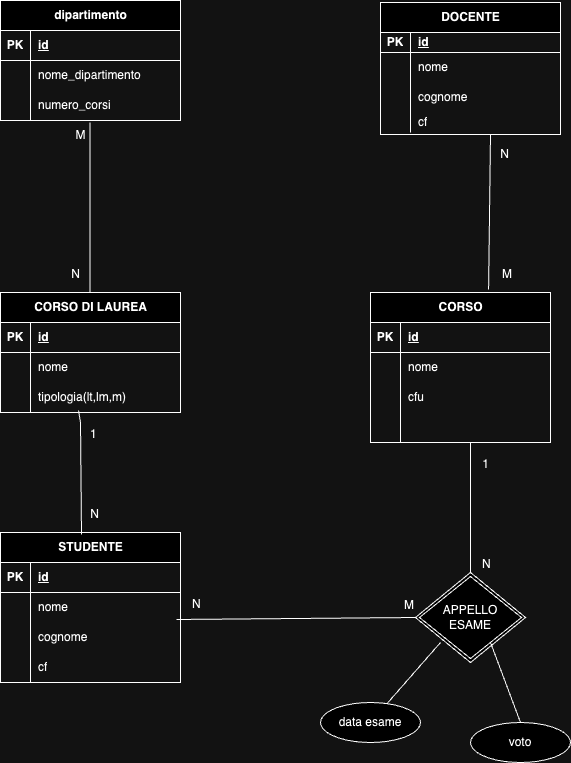
Earlier version of the draw.io export Diagramma senza titolo.drawio.png (MassiDama/db-university). Source tidied: cells renumbered, new cells last; positions are measured from the earlier drawing's top-left corner, leaving out a move shared by most shapes. The source it was exported from:
```xml
<mxGraphModel>
  <root>
    <mxCell id="0" />
    <mxCell id="1" parent="0" />
    <mxCell id="2" value="dipartimento" style="shape=table;startSize=30;rowLines=0;fontStyle=1;align=center;html=1;" parent="1" vertex="1">
      <mxGeometry width="180" height="120" as="geometry" />
    </mxCell>
    <mxCell id="3" style="shape=tableRow;horizontal=0;startSize=0;swimlaneHead=0;swimlaneBody=0;fillColor=none;top=0;left=0;right=0;bottom=1;" parent="2" vertex="1">
      <mxGeometry y="30" width="180" height="30" as="geometry" />
    </mxCell>
    <mxCell id="4" value="PK" style="shape=partialRectangle;fillColor=none;top=0;left=0;bottom=0;right=0;fontStyle=1;overflow=hidden;whiteSpace=wrap;html=1;" parent="3" vertex="1">
      <mxGeometry width="30" height="30" as="geometry" />
    </mxCell>
    <mxCell id="5" value="id" style="shape=partialRectangle;fillColor=none;top=0;left=0;bottom=0;right=0;align=left;spacingLeft=6;fontStyle=5;overflow=hidden;whiteSpace=wrap;html=1;" parent="3" vertex="1">
      <mxGeometry x="30" width="150" height="30" as="geometry" />
    </mxCell>
    <mxCell id="6" style="shape=tableRow;horizontal=0;startSize=0;swimlaneHead=0;swimlaneBody=0;fillColor=none;top=0;left=0;right=0;bottom=0;" parent="2" vertex="1">
      <mxGeometry y="60" width="180" height="30" as="geometry" />
    </mxCell>
    <mxCell id="7" style="shape=partialRectangle;fillColor=none;top=0;left=0;bottom=0;right=0;overflow=hidden;whiteSpace=wrap;html=1;" parent="6" vertex="1">
      <mxGeometry width="30" height="30" as="geometry" />
    </mxCell>
    <mxCell id="8" value="nome_dipartimento" style="shape=partialRectangle;fillColor=none;top=0;left=0;bottom=0;right=0;align=left;spacingLeft=6;overflow=hidden;whiteSpace=wrap;html=1;" parent="6" vertex="1">
      <mxGeometry x="30" width="150" height="30" as="geometry" />
    </mxCell>
    <mxCell id="9" style="shape=tableRow;horizontal=0;startSize=0;swimlaneHead=0;swimlaneBody=0;fillColor=none;top=0;left=0;right=0;bottom=0;" parent="2" vertex="1">
      <mxGeometry y="90" width="180" height="30" as="geometry" />
    </mxCell>
    <mxCell id="10" style="shape=partialRectangle;fillColor=none;top=0;left=0;bottom=0;right=0;overflow=hidden;whiteSpace=wrap;html=1;" parent="9" vertex="1">
      <mxGeometry width="30" height="30" as="geometry" />
    </mxCell>
    <mxCell id="11" value="numero_corsi" style="shape=partialRectangle;fillColor=none;top=0;left=0;bottom=0;right=0;align=left;spacingLeft=6;overflow=hidden;whiteSpace=wrap;html=1;" parent="9" vertex="1">
      <mxGeometry x="30" width="150" height="30" as="geometry" />
    </mxCell>
    <mxCell id="12" style="endArrow=none;html=1;rounded=0;" parent="1" edge="1">
      <mxGeometry relative="1" as="geometry">
        <mxPoint x="89.5" y="122" as="sourcePoint" />
        <mxPoint x="89.5" y="292" as="targetPoint" />
        <Array as="points">
          <mxPoint x="89.5" y="212" />
        </Array>
      </mxGeometry>
    </mxCell>
    <mxCell id="13" value="N" style="html=1;whiteSpace=wrap;align=right;verticalAlign=bottom;" parent="12" vertex="1">
      <mxGeometry x="1" relative="1" as="geometry">
        <mxPoint x="-9" y="-10" as="offset" />
      </mxGeometry>
    </mxCell>
    <mxCell id="14" value="M" style="text;html=1;align=center;verticalAlign=middle;strokeColor=none;fillColor=none;" parent="1" vertex="1">
      <mxGeometry x="65" y="120" width="30" height="30" as="geometry" />
    </mxCell>
    <mxCell id="15" value="CORSO DI LAUREA" style="shape=table;startSize=30;rowLines=0;fontStyle=1;align=center;html=1;" parent="1" vertex="1">
      <mxGeometry y="292" width="180" height="120" as="geometry" />
    </mxCell>
    <mxCell id="16" style="shape=tableRow;horizontal=0;startSize=0;swimlaneHead=0;swimlaneBody=0;fillColor=none;top=0;left=0;right=0;bottom=1;" parent="15" vertex="1">
      <mxGeometry y="30" width="180" height="30" as="geometry" />
    </mxCell>
    <mxCell id="17" value="PK" style="shape=partialRectangle;fillColor=none;top=0;left=0;bottom=0;right=0;fontStyle=1;overflow=hidden;whiteSpace=wrap;html=1;" parent="16" vertex="1">
      <mxGeometry width="30" height="30" as="geometry" />
    </mxCell>
    <mxCell id="18" value="id" style="shape=partialRectangle;fillColor=none;top=0;left=0;bottom=0;right=0;align=left;spacingLeft=6;fontStyle=5;overflow=hidden;whiteSpace=wrap;html=1;" parent="16" vertex="1">
      <mxGeometry x="30" width="150" height="30" as="geometry" />
    </mxCell>
    <mxCell id="19" style="shape=tableRow;horizontal=0;startSize=0;swimlaneHead=0;swimlaneBody=0;fillColor=none;top=0;left=0;right=0;bottom=0;" parent="15" vertex="1">
      <mxGeometry y="60" width="180" height="30" as="geometry" />
    </mxCell>
    <mxCell id="20" style="shape=partialRectangle;fillColor=none;top=0;left=0;bottom=0;right=0;overflow=hidden;whiteSpace=wrap;html=1;" parent="19" vertex="1">
      <mxGeometry width="30" height="30" as="geometry" />
    </mxCell>
    <mxCell id="21" value="nome" style="shape=partialRectangle;fillColor=none;top=0;left=0;bottom=0;right=0;align=left;spacingLeft=6;overflow=hidden;whiteSpace=wrap;html=1;" parent="19" vertex="1">
      <mxGeometry x="30" width="150" height="30" as="geometry" />
    </mxCell>
    <mxCell id="22" style="shape=tableRow;horizontal=0;startSize=0;swimlaneHead=0;swimlaneBody=0;fillColor=none;points=[[0,0.5],[1,0.5]];portConstraint=eastwest;top=0;left=0;right=0;bottom=0;" parent="15" vertex="1">
      <mxGeometry y="90" width="180" height="30" as="geometry" />
    </mxCell>
    <mxCell id="23" style="shape=partialRectangle;fillColor=none;top=0;left=0;bottom=0;right=0;overflow=hidden;whiteSpace=wrap;html=1;" parent="22" vertex="1">
      <mxGeometry width="30" height="30" as="geometry" />
    </mxCell>
    <mxCell id="24" value="tipologia(lt,lm,m)" style="shape=partialRectangle;fillColor=none;top=0;left=0;bottom=0;right=0;align=left;spacingLeft=6;overflow=hidden;whiteSpace=wrap;html=1;" parent="22" vertex="1">
      <mxGeometry x="30" width="150" height="30" as="geometry" />
    </mxCell>
    <mxCell id="25" value="DOCENTE" style="shape=table;startSize=30;rowLines=0;fontStyle=1;align=center;html=1;" parent="1" vertex="1">
      <mxGeometry x="380" y="2" width="180" height="132" as="geometry" />
    </mxCell>
    <mxCell id="26" style="shape=tableRow;horizontal=0;startSize=0;swimlaneHead=0;swimlaneBody=0;fillColor=none;top=0;left=0;right=0;bottom=1;" parent="25" vertex="1">
      <mxGeometry y="30" width="180" height="20" as="geometry" />
    </mxCell>
    <mxCell id="27" value="PK" style="shape=partialRectangle;fillColor=none;top=0;left=0;bottom=0;right=0;fontStyle=1;overflow=hidden;whiteSpace=wrap;html=1;" parent="26" vertex="1">
      <mxGeometry width="30" height="20" as="geometry" />
    </mxCell>
    <mxCell id="28" value="id" style="shape=partialRectangle;fillColor=none;top=0;left=0;bottom=0;right=0;align=left;spacingLeft=6;fontStyle=5;overflow=hidden;whiteSpace=wrap;html=1;" parent="26" vertex="1">
      <mxGeometry x="30" width="150" height="20" as="geometry" />
    </mxCell>
    <mxCell id="29" style="shape=tableRow;horizontal=0;startSize=0;swimlaneHead=0;swimlaneBody=0;fillColor=none;top=0;left=0;right=0;bottom=0;" parent="25" vertex="1">
      <mxGeometry y="50" width="180" height="30" as="geometry" />
    </mxCell>
    <mxCell id="30" style="shape=partialRectangle;fillColor=none;top=0;left=0;bottom=0;right=0;overflow=hidden;whiteSpace=wrap;html=1;" parent="29" vertex="1">
      <mxGeometry width="30" height="30" as="geometry" />
    </mxCell>
    <mxCell id="31" value="nome" style="shape=partialRectangle;fillColor=none;top=0;left=0;bottom=0;right=0;align=left;spacingLeft=6;overflow=hidden;whiteSpace=wrap;html=1;" parent="29" vertex="1">
      <mxGeometry x="30" width="150" height="30" as="geometry" />
    </mxCell>
    <mxCell id="32" style="shape=tableRow;horizontal=0;startSize=0;swimlaneHead=0;swimlaneBody=0;fillColor=none;top=0;left=0;right=0;bottom=0;" parent="25" vertex="1">
      <mxGeometry y="80" width="180" height="30" as="geometry" />
    </mxCell>
    <mxCell id="33" style="shape=partialRectangle;fillColor=none;top=0;left=0;bottom=0;right=0;overflow=hidden;whiteSpace=wrap;html=1;" parent="32" vertex="1">
      <mxGeometry width="30" height="30" as="geometry" />
    </mxCell>
    <mxCell id="34" value="cognome" style="shape=partialRectangle;fillColor=none;top=0;left=0;bottom=0;right=0;align=left;spacingLeft=6;overflow=hidden;whiteSpace=wrap;html=1;" parent="32" vertex="1">
      <mxGeometry x="30" width="150" height="30" as="geometry" />
    </mxCell>
    <mxCell id="35" style="shape=tableRow;horizontal=0;startSize=0;swimlaneHead=0;swimlaneBody=0;fillColor=none;top=0;left=0;right=0;bottom=0;" parent="25" vertex="1">
      <mxGeometry y="110" width="180" height="20" as="geometry" />
    </mxCell>
    <mxCell id="36" style="shape=partialRectangle;fillColor=none;top=0;left=0;bottom=0;right=0;overflow=hidden;whiteSpace=wrap;html=1;" parent="35" vertex="1">
      <mxGeometry width="30" height="20" as="geometry" />
    </mxCell>
    <mxCell id="37" value="cf" style="shape=partialRectangle;fillColor=none;top=0;left=0;bottom=0;right=0;align=left;spacingLeft=6;overflow=hidden;whiteSpace=wrap;html=1;" parent="35" vertex="1">
      <mxGeometry x="30" width="150" height="20" as="geometry" />
    </mxCell>
    <mxCell id="38" value="STUDENTE" style="shape=table;startSize=30;rowLines=0;fontStyle=1;align=center;html=1;" parent="1" vertex="1">
      <mxGeometry y="532" width="180" height="150" as="geometry" />
    </mxCell>
    <mxCell id="39" style="shape=tableRow;horizontal=0;startSize=0;swimlaneHead=0;swimlaneBody=0;fillColor=none;top=0;left=0;right=0;bottom=1;" parent="38" vertex="1">
      <mxGeometry y="30" width="180" height="30" as="geometry" />
    </mxCell>
    <mxCell id="40" value="PK" style="shape=partialRectangle;fillColor=none;top=0;left=0;bottom=0;right=0;fontStyle=1;overflow=hidden;whiteSpace=wrap;html=1;" parent="39" vertex="1">
      <mxGeometry width="30" height="30" as="geometry" />
    </mxCell>
    <mxCell id="41" value="id" style="shape=partialRectangle;fillColor=none;top=0;left=0;bottom=0;right=0;align=left;spacingLeft=6;fontStyle=5;overflow=hidden;whiteSpace=wrap;html=1;" parent="39" vertex="1">
      <mxGeometry x="30" width="150" height="30" as="geometry" />
    </mxCell>
    <mxCell id="42" style="shape=tableRow;horizontal=0;startSize=0;swimlaneHead=0;swimlaneBody=0;fillColor=none;top=0;left=0;right=0;bottom=0;" parent="38" vertex="1">
      <mxGeometry y="60" width="180" height="30" as="geometry" />
    </mxCell>
    <mxCell id="43" style="shape=partialRectangle;fillColor=none;top=0;left=0;bottom=0;right=0;overflow=hidden;whiteSpace=wrap;html=1;" parent="42" vertex="1">
      <mxGeometry width="30" height="30" as="geometry" />
    </mxCell>
    <mxCell id="44" value="nome" style="shape=partialRectangle;fillColor=none;top=0;left=0;bottom=0;right=0;align=left;spacingLeft=6;overflow=hidden;whiteSpace=wrap;html=1;" parent="42" vertex="1">
      <mxGeometry x="30" width="150" height="30" as="geometry" />
    </mxCell>
    <mxCell id="45" style="shape=tableRow;horizontal=0;startSize=0;swimlaneHead=0;swimlaneBody=0;fillColor=none;points=[[0,0.5],[1,0.5]];portConstraint=eastwest;top=0;left=0;right=0;bottom=0;" parent="38" vertex="1">
      <mxGeometry y="90" width="180" height="30" as="geometry" />
    </mxCell>
    <mxCell id="46" style="shape=partialRectangle;fillColor=none;top=0;left=0;bottom=0;right=0;overflow=hidden;whiteSpace=wrap;html=1;" parent="45" vertex="1">
      <mxGeometry width="30" height="30" as="geometry" />
    </mxCell>
    <mxCell id="47" value="cognome" style="shape=partialRectangle;fillColor=none;top=0;left=0;bottom=0;right=0;align=left;spacingLeft=6;overflow=hidden;whiteSpace=wrap;html=1;" parent="45" vertex="1">
      <mxGeometry x="30" width="150" height="30" as="geometry" />
    </mxCell>
    <mxCell id="48" style="shape=tableRow;horizontal=0;startSize=0;swimlaneHead=0;swimlaneBody=0;fillColor=none;top=0;left=0;right=0;bottom=0;" parent="38" vertex="1">
      <mxGeometry y="120" width="180" height="30" as="geometry" />
    </mxCell>
    <mxCell id="49" style="shape=partialRectangle;fillColor=none;top=0;left=0;bottom=0;right=0;overflow=hidden;whiteSpace=wrap;html=1;" parent="48" vertex="1">
      <mxGeometry width="30" height="30" as="geometry" />
    </mxCell>
    <mxCell id="50" value="cf" style="shape=partialRectangle;fillColor=none;top=0;left=0;bottom=0;right=0;align=left;spacingLeft=6;overflow=hidden;whiteSpace=wrap;html=1;" parent="48" vertex="1">
      <mxGeometry x="30" width="150" height="30" as="geometry" />
    </mxCell>
    <mxCell id="51" value="CORSO" style="shape=table;startSize=30;rowLines=0;fontStyle=1;align=center;html=1;" parent="1" vertex="1">
      <mxGeometry x="370" y="292" width="180" height="150" as="geometry" />
    </mxCell>
    <mxCell id="52" style="shape=tableRow;horizontal=0;startSize=0;swimlaneHead=0;swimlaneBody=0;fillColor=none;points=[[0,0.5],[1,0.5]];portConstraint=eastwest;top=0;left=0;right=0;bottom=1;" parent="51" vertex="1">
      <mxGeometry y="30" width="180" height="30" as="geometry" />
    </mxCell>
    <mxCell id="53" value="PK" style="shape=partialRectangle;fillColor=none;top=0;left=0;bottom=0;right=0;fontStyle=1;overflow=hidden;whiteSpace=wrap;html=1;" parent="52" vertex="1">
      <mxGeometry width="30" height="30" as="geometry" />
    </mxCell>
    <mxCell id="54" value="id" style="shape=partialRectangle;fillColor=none;top=0;left=0;bottom=0;right=0;align=left;spacingLeft=6;fontStyle=5;overflow=hidden;whiteSpace=wrap;html=1;" parent="52" vertex="1">
      <mxGeometry x="30" width="150" height="30" as="geometry" />
    </mxCell>
    <mxCell id="55" style="shape=tableRow;horizontal=0;startSize=0;swimlaneHead=0;swimlaneBody=0;fillColor=none;top=0;left=0;right=0;bottom=0;" parent="51" vertex="1">
      <mxGeometry y="60" width="180" height="30" as="geometry" />
    </mxCell>
    <mxCell id="56" style="shape=partialRectangle;fillColor=none;top=0;left=0;bottom=0;right=0;overflow=hidden;whiteSpace=wrap;html=1;" parent="55" vertex="1">
      <mxGeometry width="30" height="30" as="geometry" />
    </mxCell>
    <mxCell id="57" value="nome" style="shape=partialRectangle;fillColor=none;top=0;left=0;bottom=0;right=0;align=left;spacingLeft=6;overflow=hidden;whiteSpace=wrap;html=1;" parent="55" vertex="1">
      <mxGeometry x="30" width="150" height="30" as="geometry" />
    </mxCell>
    <mxCell id="58" style="shape=tableRow;horizontal=0;startSize=0;swimlaneHead=0;swimlaneBody=0;fillColor=none;top=0;left=0;right=0;bottom=0;" parent="51" vertex="1">
      <mxGeometry y="90" width="180" height="30" as="geometry" />
    </mxCell>
    <mxCell id="59" style="shape=partialRectangle;fillColor=none;top=0;left=0;bottom=0;right=0;overflow=hidden;whiteSpace=wrap;html=1;" parent="58" vertex="1">
      <mxGeometry width="30" height="30" as="geometry" />
    </mxCell>
    <mxCell id="60" value="cfu" style="shape=partialRectangle;fillColor=none;top=0;left=0;bottom=0;right=0;align=left;spacingLeft=6;overflow=hidden;whiteSpace=wrap;html=1;" parent="58" vertex="1">
      <mxGeometry x="30" width="150" height="30" as="geometry" />
    </mxCell>
    <mxCell id="61" style="shape=tableRow;horizontal=0;startSize=0;swimlaneHead=0;swimlaneBody=0;fillColor=none;top=0;left=0;right=0;bottom=0;" parent="51" vertex="1">
      <mxGeometry y="120" width="180" height="30" as="geometry" />
    </mxCell>
    <mxCell id="62" style="shape=partialRectangle;fillColor=none;top=0;left=0;bottom=0;right=0;overflow=hidden;whiteSpace=wrap;html=1;" parent="61" vertex="1">
      <mxGeometry width="30" height="30" as="geometry" />
    </mxCell>
    <mxCell id="63" style="shape=partialRectangle;fillColor=none;top=0;left=0;bottom=0;right=0;align=left;spacingLeft=6;overflow=hidden;whiteSpace=wrap;html=1;" parent="61" vertex="1">
      <mxGeometry x="30" width="150" height="30" as="geometry" />
    </mxCell>
    <mxCell id="64" style="endArrow=none;html=1;rounded=0;entryX=0.45;entryY=0.013;entryDx=0;entryDy=0;entryPerimeter=0;exitX=0.433;exitY=0.933;exitDx=0;exitDy=0;exitPerimeter=0;" parent="1" edge="1" source="22" target="38">
      <mxGeometry relative="1" as="geometry">
        <Array as="points">
          <mxPoint x="80" y="422" />
        </Array>
      </mxGeometry>
    </mxCell>
    <mxCell id="65" value="1" style="html=1;whiteSpace=wrap;align=left;verticalAlign=bottom;" parent="64" vertex="1">
      <mxGeometry x="-1" relative="1" as="geometry">
        <mxPoint x="10" y="32" as="offset" />
      </mxGeometry>
    </mxCell>
    <mxCell id="66" value="N" style="html=1;whiteSpace=wrap;align=right;verticalAlign=bottom;" parent="64" vertex="1">
      <mxGeometry x="1" relative="1" as="geometry">
        <mxPoint x="19" y="-12" as="offset" />
      </mxGeometry>
    </mxCell>
    <mxCell id="67" value="APPELLO ESAME" style="shape=rhombus;double=1;perimeter=rhombusPerimeter;whiteSpace=wrap;html=1;align=center;" parent="1" vertex="1">
      <mxGeometry x="415" y="572" width="110" height="90" as="geometry" />
    </mxCell>
    <mxCell id="68" style="endArrow=none;html=1;rounded=0;exitX=0.5;exitY=0;exitDx=0;exitDy=0;" parent="1" edge="1" source="67">
      <mxGeometry relative="1" as="geometry">
        <mxPoint x="470" y="442" as="targetPoint" />
      </mxGeometry>
    </mxCell>
    <mxCell id="69" value="N" style="html=1;whiteSpace=wrap;align=left;verticalAlign=bottom;" parent="68" vertex="1">
      <mxGeometry x="-1" relative="1" as="geometry">
        <mxPoint x="10" as="offset" />
      </mxGeometry>
    </mxCell>
    <mxCell id="70" value="1" style="html=1;whiteSpace=wrap;align=right;verticalAlign=bottom;" parent="68" vertex="1">
      <mxGeometry x="1" relative="1" as="geometry">
        <mxPoint x="20" y="30" as="offset" />
      </mxGeometry>
    </mxCell>
    <mxCell id="71" style="endArrow=none;html=1;rounded=0;exitX=0.978;exitY=-0.1;exitDx=0;exitDy=0;exitPerimeter=0;entryX=0;entryY=0.5;entryDx=0;entryDy=0;" parent="1" edge="1" source="45" target="67">
      <mxGeometry relative="1" as="geometry" />
    </mxCell>
    <mxCell id="72" value="N" style="html=1;whiteSpace=wrap;align=left;verticalAlign=bottom;" parent="71" vertex="1">
      <mxGeometry x="-1" relative="1" as="geometry">
        <mxPoint x="14" y="-7" as="offset" />
      </mxGeometry>
    </mxCell>
    <mxCell id="73" value="M" style="html=1;whiteSpace=wrap;align=right;verticalAlign=bottom;" parent="71" vertex="1">
      <mxGeometry x="1" relative="1" as="geometry">
        <mxPoint y="-4" as="offset" />
      </mxGeometry>
    </mxCell>
    <mxCell id="74" style="endArrow=none;html=1;rounded=0;exitX=0.656;exitY=-0.02;exitDx=0;exitDy=0;exitPerimeter=0;" parent="1" edge="1" source="51">
      <mxGeometry relative="1" as="geometry">
        <mxPoint x="490" y="134.5" as="targetPoint" />
      </mxGeometry>
    </mxCell>
    <mxCell id="75" value="M" style="html=1;whiteSpace=wrap;align=left;verticalAlign=bottom;" parent="74" vertex="1">
      <mxGeometry x="-1" relative="1" as="geometry">
        <mxPoint x="12" y="-7" as="offset" />
      </mxGeometry>
    </mxCell>
    <mxCell id="76" value="N" style="html=1;whiteSpace=wrap;align=right;verticalAlign=bottom;" parent="74" vertex="1">
      <mxGeometry x="1" relative="1" as="geometry">
        <mxPoint x="20" y="28" as="offset" />
      </mxGeometry>
    </mxCell>
    <mxCell id="77" value="data esame" style="ellipse;whiteSpace=wrap;html=1;align=center;" parent="1" vertex="1">
      <mxGeometry x="320" y="702" width="100" height="40" as="geometry" />
    </mxCell>
    <mxCell id="78" value="voto" style="ellipse;whiteSpace=wrap;html=1;align=center;" parent="1" vertex="1">
      <mxGeometry x="470" y="722" width="100" height="40" as="geometry" />
    </mxCell>
    <mxCell id="79" style="endArrow=none;html=1;rounded=0;" parent="1" edge="1" source="77">
      <mxGeometry relative="1" as="geometry">
        <mxPoint x="440" y="642" as="targetPoint" />
      </mxGeometry>
    </mxCell>
    <mxCell id="80" style="endArrow=none;html=1;rounded=0;entryX=0.5;entryY=0;entryDx=0;entryDy=0;" parent="1" edge="1" target="78">
      <mxGeometry relative="1" as="geometry">
        <mxPoint x="490" y="642" as="sourcePoint" />
      </mxGeometry>
    </mxCell>
  </root>
</mxGraphModel>
```
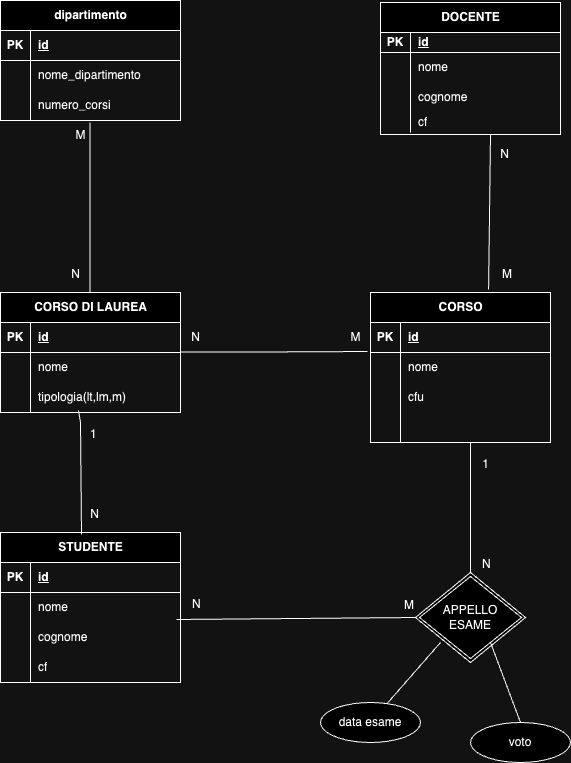
After the commit.

The edit, as a diff of the source:
```diff
@@ -275,5 +275,19 @@
         <mxPoint x="490" y="642" as="sourcePoint" />
       </mxGeometry>
     </mxCell>
+    <mxCell id="81" style="endArrow=none;html=1;rounded=0;entryX=-0.017;entryY=0.967;entryDx=0;entryDy=0;entryPerimeter=0;" parent="1" edge="1" target="52">
+      <mxGeometry relative="1" as="geometry">
+        <mxPoint x="180" y="351.5" as="sourcePoint" />
+        <Array as="points">
+          <mxPoint x="260" y="351.5" />
+        </Array>
+      </mxGeometry>
+    </mxCell>
+    <mxCell id="82" value="N" style="text;html=1;align=center;verticalAlign=middle;strokeColor=none;fillColor=none;" parent="1" vertex="1">
+      <mxGeometry x="180" y="322" width="30" height="30" as="geometry" />
+    </mxCell>
+    <mxCell id="83" value="M" style="text;html=1;align=center;verticalAlign=middle;strokeColor=none;fillColor=none;" parent="1" vertex="1">
+      <mxGeometry x="340" y="322" width="30" height="30" as="geometry" />
+    </mxCell>
   </root>
 </mxGraphModel>
```
